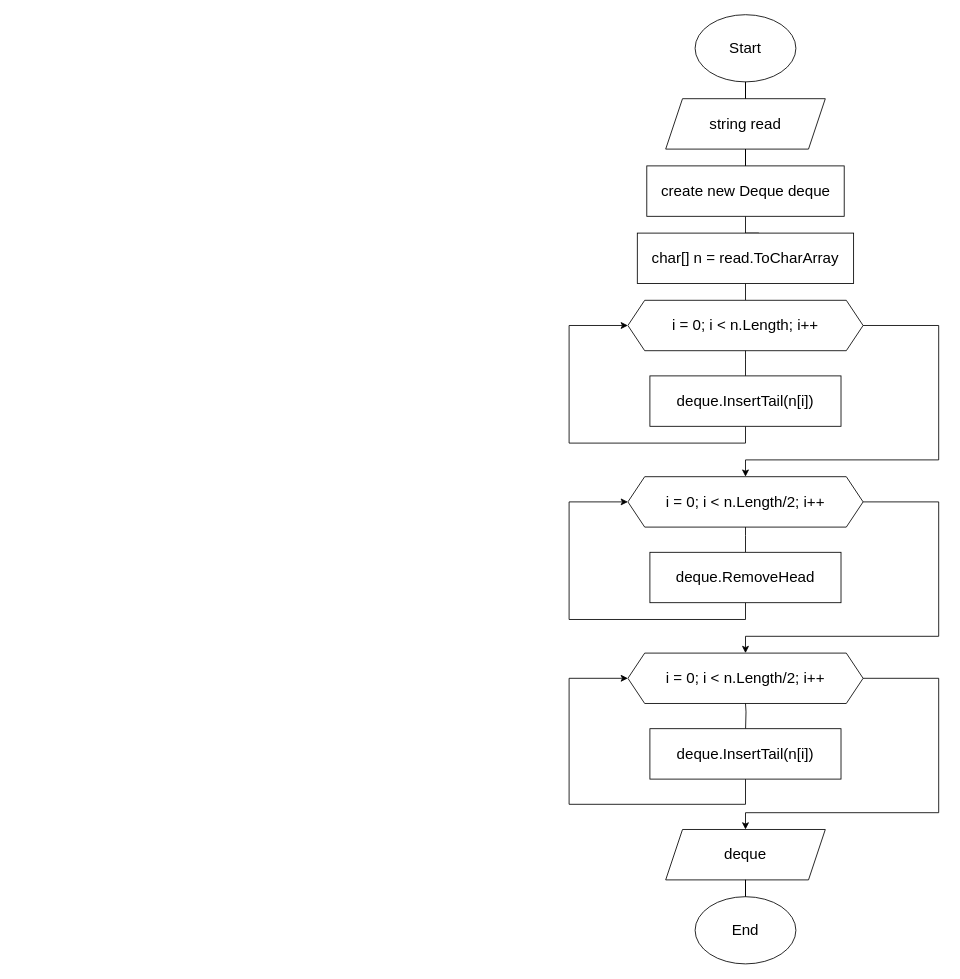
The draw.io diagram Untitled Diagram.drawio in grabelka/diagrams, before the edit. Source tidied: cells renumbered, new cells numbered last; positions are measured from the earlier drawing's top-left corner, leaving out a move shared by most shapes. Both pictures are drawn from the tidied source at 84%, with x=0, y=0 at pixel (569, 14).
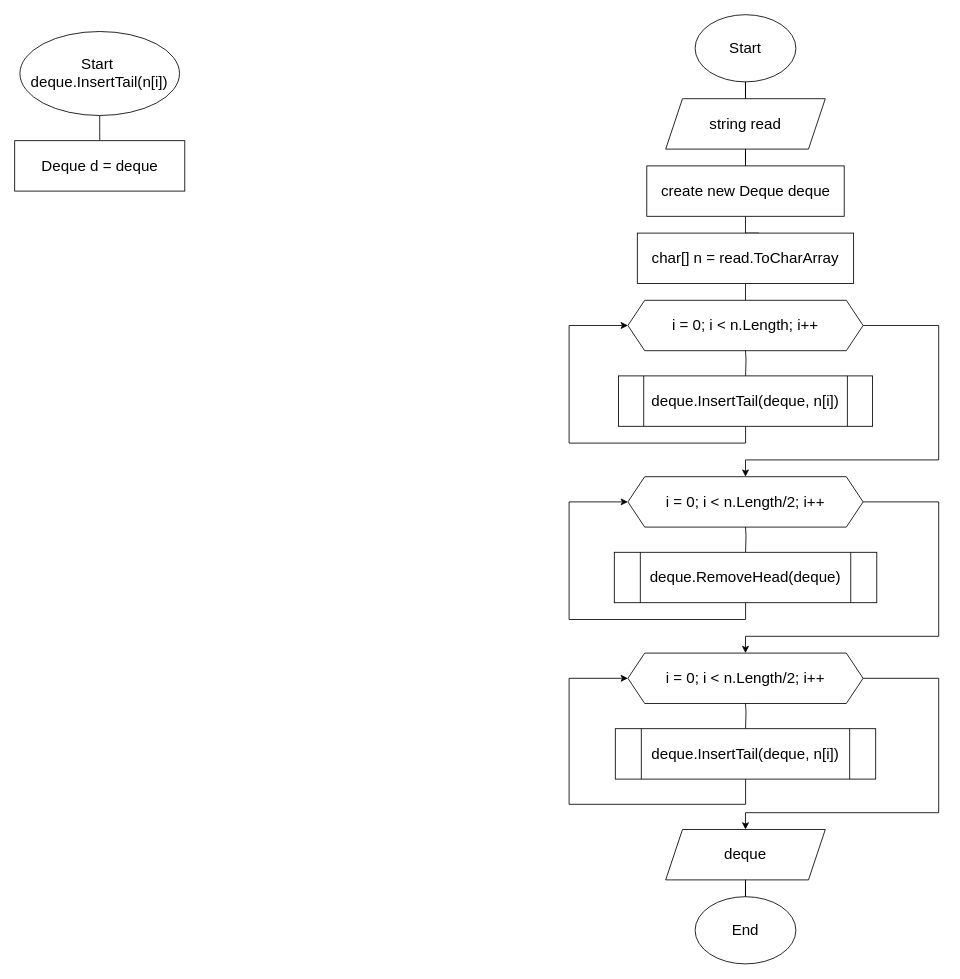
Above is the later version.

The change refers to these unchanged cells:
```xml
<mxCell id="11" value="&lt;font style=&quot;font-size: 18px&quot;&gt;i = 0; i &amp;lt; n.Length; i++&lt;/font&gt;" style="shape=hexagon;perimeter=hexagonPerimeter2;whiteSpace=wrap;html=1;fixedSize=1;" parent="1" vertex="1">
  <mxGeometry x="70" y="340" width="280" height="60" as="geometry" />
</mxCell>
<mxCell id="16" value="&lt;font style=&quot;font-size: 18px&quot;&gt;i = 0; i &amp;lt; n.Length/2; i++&lt;/font&gt;" style="shape=hexagon;perimeter=hexagonPerimeter2;whiteSpace=wrap;html=1;fixedSize=1;" parent="1" vertex="1">
  <mxGeometry x="70" y="550" width="280" height="60" as="geometry" />
</mxCell>
<mxCell id="21" value="&lt;font style=&quot;font-size: 18px&quot;&gt;i = 0; i &amp;lt; n.Length/2; i++&lt;/font&gt;" style="shape=hexagon;perimeter=hexagonPerimeter2;whiteSpace=wrap;html=1;fixedSize=1;" parent="1" vertex="1">
  <mxGeometry x="70" y="760" width="280" height="60" as="geometry" />
</mxCell>
```

Diff of the diagram source:
```diff
@@
-    <mxCell id="12" style="edgeStyle=orthogonalEdgeStyle;rounded=0;jettySize=auto;html=1;endArrow=none;endFill=0;" parent="1" edge="1" source="14" target="11">
-      <mxGeometry relative="1" as="geometry" />
+    <mxCell id="12" style="edgeStyle=orthogonalEdgeStyle;rounded=0;jettySize=auto;html=1;endArrow=none;endFill=0;" parent="1" edge="1" target="11">
+      <mxGeometry relative="1" as="geometry">
+        <mxPoint x="210.1" y="430" as="sourcePoint" />
+      </mxGeometry>
     </mxCell>
-    <mxCell id="13" style="edgeStyle=orthogonalEdgeStyle;rounded=0;jettySize=auto;html=1;entryX=0;entryY=0.5;entryDx=0;entryDy=0;endArrow=classic;endFill=1;" parent="1" edge="1" source="14" target="11">
+    <mxCell id="13" style="edgeStyle=orthogonalEdgeStyle;rounded=0;jettySize=auto;html=1;entryX=0;entryY=0.5;entryDx=0;entryDy=0;endArrow=classic;endFill=1;" parent="1" edge="1" target="11">
       <mxGeometry relative="1" as="geometry">
+        <mxPoint x="210.1" y="490" as="sourcePoint" />
         <Array as="points">
           <mxPoint x="210" y="510" />
           <mxPoint y="510" />
           <mxPoint y="370" />
         </Array>
       </mxGeometry>
     </mxCell>
-    <mxCell id="14" value="&lt;font style=&quot;font-size: 18px&quot;&gt;deque.InsertTail(n[i])&lt;/font&gt;" style="rounded=0;whiteSpace=wrap;html=1;" parent="1" vertex="1">
-      <mxGeometry x="96.2" y="430" width="227.5" height="60" as="geometry" />
-    </mxCell>
@@
-    <mxCell id="17" style="edgeStyle=orthogonalEdgeStyle;rounded=0;jettySize=auto;html=1;endArrow=none;endFill=0;" parent="1" edge="1" source="19" target="16">
-      <mxGeometry relative="1" as="geometry" />
+    <mxCell id="17" style="edgeStyle=orthogonalEdgeStyle;rounded=0;jettySize=auto;html=1;endArrow=none;endFill=0;" parent="1" edge="1" target="16">
+      <mxGeometry relative="1" as="geometry">
+        <mxPoint x="210.1" y="640" as="sourcePoint" />
+      </mxGeometry>
     </mxCell>
-    <mxCell id="18" style="edgeStyle=orthogonalEdgeStyle;rounded=0;jettySize=auto;html=1;entryX=0;entryY=0.5;entryDx=0;entryDy=0;endArrow=classic;endFill=1;" parent="1" edge="1" source="19" target="16">
+    <mxCell id="18" style="edgeStyle=orthogonalEdgeStyle;rounded=0;jettySize=auto;html=1;entryX=0;entryY=0.5;entryDx=0;entryDy=0;endArrow=classic;endFill=1;" parent="1" edge="1" target="16">
       <mxGeometry relative="1" as="geometry">
+        <mxPoint x="210.1" y="700" as="sourcePoint" />
         <Array as="points">
           <mxPoint x="210" y="720" />
           <mxPoint y="720" />
           <mxPoint y="580" />
         </Array>
       </mxGeometry>
     </mxCell>
-    <mxCell id="19" value="&lt;font style=&quot;font-size: 18px&quot;&gt;deque.RemoveHead&lt;/font&gt;" style="rounded=0;whiteSpace=wrap;html=1;" parent="1" vertex="1">
-      <mxGeometry x="96.2" y="640" width="227.5" height="60" as="geometry" />
-    </mxCell>
@@
-    <mxCell id="23" style="edgeStyle=orthogonalEdgeStyle;rounded=0;jettySize=auto;html=1;endArrow=classic;endFill=1;entryX=0;entryY=0.5;entryDx=0;entryDy=0;" parent="1" edge="1" source="24" target="21">
+    <mxCell id="23" style="edgeStyle=orthogonalEdgeStyle;rounded=0;jettySize=auto;html=1;endArrow=classic;endFill=1;entryX=0;entryY=0.5;entryDx=0;entryDy=0;" parent="1" edge="1" target="21">
       <mxGeometry relative="1" as="geometry">
+        <mxPoint x="210.1" y="910" as="sourcePoint" />
         <Array as="points">
           <mxPoint x="210" y="940" />
           <mxPoint y="940" />
           <mxPoint y="790" />
         </Array>
       </mxGeometry>
     </mxCell>
-    <mxCell id="24" value="&lt;font style=&quot;font-size: 18px&quot;&gt;deque.InsertTail(n[i])&lt;/font&gt;" style="rounded=0;whiteSpace=wrap;html=1;" parent="1" vertex="1">
-      <mxGeometry x="96.2" y="850" width="227.5" height="60" as="geometry" />
-    </mxCell>
@@
+    <mxCell id="28" value="&lt;span style=&quot;font-size: 18px&quot;&gt;deque.InsertTail(deque, n[i])&lt;/span&gt;" style="shape=process;whiteSpace=wrap;html=1;backgroundOutline=1;" parent="1" vertex="1">
+      <mxGeometry x="58.8" y="430" width="302.5" height="60" as="geometry" />
+    </mxCell>
+    <mxCell id="29" value="&lt;span style=&quot;font-size: 18px&quot;&gt;deque.RemoveHead&lt;/span&gt;&lt;span style=&quot;font-size: 18px&quot;&gt;(deque)&lt;/span&gt;" style="shape=process;whiteSpace=wrap;html=1;backgroundOutline=1;" parent="1" vertex="1">
+      <mxGeometry x="53.8" y="640" width="312.5" height="60" as="geometry" />
+    </mxCell>
+    <mxCell id="30" value="&lt;span style=&quot;font-size: 18px&quot;&gt;deque.InsertTail(deque, n[i])&lt;/span&gt;" style="shape=process;whiteSpace=wrap;html=1;backgroundOutline=1;" parent="1" vertex="1">
+      <mxGeometry x="55" y="850" width="310" height="60" as="geometry" />
+    </mxCell>
+    <mxCell id="31" style="edgeStyle=orthogonalEdgeStyle;rounded=0;jettySize=auto;html=1;endArrow=none;endFill=0;" parent="1" edge="1" source="32" target="33">
+      <mxGeometry relative="1" as="geometry" />
+    </mxCell>
+    <mxCell id="32" value="&lt;font style=&quot;font-size: 18px&quot;&gt;Start&amp;nbsp;&lt;br&gt;&lt;/font&gt;&lt;span style=&quot;font-size: 18px&quot;&gt;deque.InsertTail(n[i])&lt;/span&gt;" style="ellipse;whiteSpace=wrap;html=1;" parent="1" vertex="1">
+      <mxGeometry x="-653.8" y="20" width="190" height="100" as="geometry" />
+    </mxCell>
+    <mxCell id="33" value="&lt;font style=&quot;font-size: 18px&quot;&gt;Deque d = deque&lt;/font&gt;" style="rounded=0;whiteSpace=wrap;html=1;" parent="1" vertex="1">
+      <mxGeometry x="-660" y="150" width="202.5" height="60" as="geometry" />
+    </mxCell>
```
